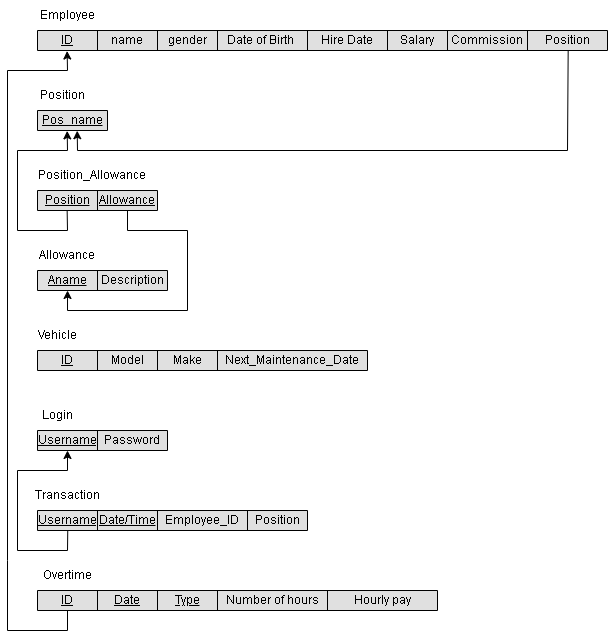
Before: Phase 1/Relational Schema.drawio.png, a diagram exported from draw.io (AhmedElkhashn/DB-project). Source tidied: cells renumbered, new cells last; positions are measured from the earlier drawing's top-left corner, leaving out a move shared by most shapes.
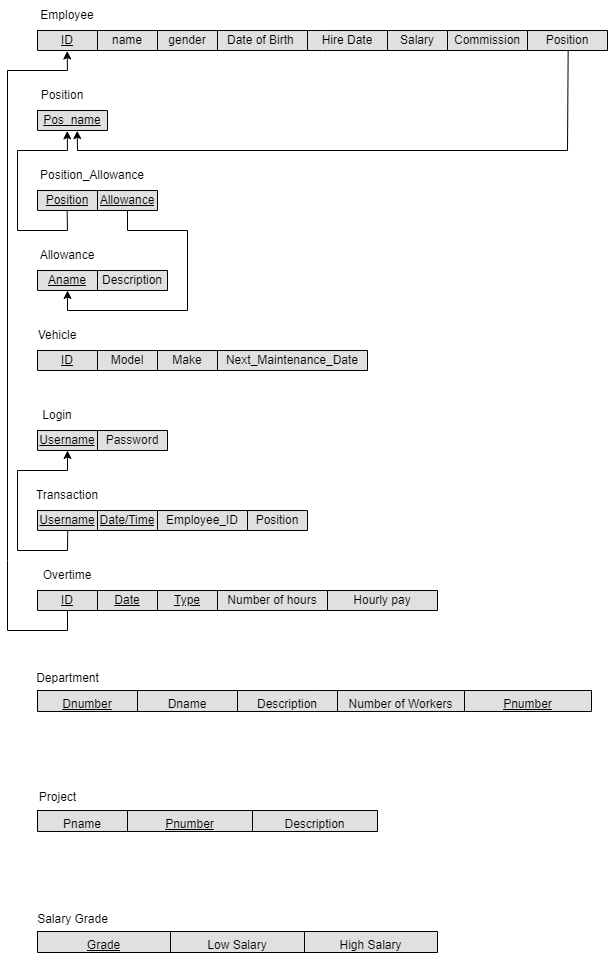
Above is the later version.

Diff of the diagram source:
```diff
@@ -208,5 +208,65 @@
         </Array>
       </mxGeometry>
     </mxCell>
+    <mxCell id="59" style="shape=table;startSize=0;fontSize=16;fillColor=#E0E0E0;strokeColor=#000000;fontColor=#333333;" parent="1" vertex="1">
+      <mxGeometry x="30" y="690" width="554" height="21" as="geometry" />
+    </mxCell>
+    <mxCell id="60" style="shape=tableRow;horizontal=0;startSize=0;swimlaneHead=0;swimlaneBody=0;strokeColor=inherit;top=0;left=0;bottom=0;right=0;fillColor=none;fontSize=16;" parent="59" vertex="1">
+      <mxGeometry width="554" height="21" as="geometry" />
+    </mxCell>
+    <mxCell id="61" value="&lt;font style=&quot;font-size: 12px;&quot;&gt;&lt;u&gt;Dnumber&lt;/u&gt;&lt;/font&gt;" style="shape=partialRectangle;html=1;whiteSpace=wrap;strokeColor=inherit;overflow=hidden;fillColor=none;top=0;left=0;bottom=0;right=0;fontSize=16;" parent="60" vertex="1">
+      <mxGeometry width="100" height="21" as="geometry" />
+    </mxCell>
+    <mxCell id="62" value="&lt;font style=&quot;font-size: 12px;&quot;&gt;Dname&lt;/font&gt;" style="shape=partialRectangle;html=1;whiteSpace=wrap;strokeColor=inherit;overflow=hidden;fillColor=none;top=0;left=0;bottom=0;right=0;fontSize=16;" parent="60" vertex="1">
+      <mxGeometry x="100" width="100" height="21" as="geometry" />
+    </mxCell>
+    <mxCell id="63" value="&lt;font style=&quot;font-size: 12px;&quot;&gt;Description&lt;/font&gt;" style="shape=partialRectangle;html=1;whiteSpace=wrap;strokeColor=inherit;overflow=hidden;fillColor=none;top=0;left=0;bottom=0;right=0;fontSize=16;" parent="60" vertex="1">
+      <mxGeometry x="200" width="100" height="21" as="geometry" />
+    </mxCell>
+    <mxCell id="64" value="&lt;font style=&quot;font-size: 12px;&quot;&gt;Number of Workers&lt;/font&gt;" style="shape=partialRectangle;html=1;whiteSpace=wrap;strokeColor=inherit;overflow=hidden;fillColor=none;top=0;left=0;bottom=0;right=0;fontSize=16;" parent="60" vertex="1">
+      <mxGeometry x="300" width="127" height="21" as="geometry" />
+    </mxCell>
+    <mxCell id="65" value="&lt;font style=&quot;font-size: 12px;&quot;&gt;&lt;u&gt;Pnumber&lt;/u&gt;&lt;/font&gt;" style="shape=partialRectangle;html=1;whiteSpace=wrap;strokeColor=inherit;overflow=hidden;fillColor=none;top=0;left=0;bottom=0;right=0;fontSize=16;" parent="60" vertex="1">
+      <mxGeometry x="427" width="127" height="21" as="geometry" />
+    </mxCell>
+    <mxCell id="66" value="Department" style="text;html=1;align=center;verticalAlign=middle;strokeColor=none;fillColor=none;" parent="1" vertex="1">
+      <mxGeometry x="15" y="663" width="90" height="30" as="geometry" />
+    </mxCell>
+    <mxCell id="67" style="shape=table;startSize=0;fontSize=16;fillColor=#E0E0E0;strokeColor=#000000;fontColor=#333333;" parent="1" vertex="1">
+      <mxGeometry x="30" y="810" width="340" height="21" as="geometry" />
+    </mxCell>
+    <mxCell id="68" style="shape=tableRow;horizontal=0;startSize=0;swimlaneHead=0;swimlaneBody=0;strokeColor=inherit;top=0;left=0;bottom=0;right=0;fillColor=none;fontSize=16;" parent="67" vertex="1">
+      <mxGeometry width="340" height="21" as="geometry" />
+    </mxCell>
+    <mxCell id="69" value="&lt;font style=&quot;font-size: 12px;&quot;&gt;Pname&lt;/font&gt;" style="shape=partialRectangle;html=1;whiteSpace=wrap;strokeColor=inherit;overflow=hidden;fillColor=none;top=0;left=0;bottom=0;right=0;fontSize=16;" parent="68" vertex="1">
+      <mxGeometry width="90" height="21" as="geometry" />
+    </mxCell>
+    <mxCell id="70" value="&lt;font style=&quot;font-size: 12px;&quot;&gt;&lt;u&gt;Pnumber&lt;/u&gt;&lt;/font&gt;" style="shape=partialRectangle;html=1;whiteSpace=wrap;strokeColor=inherit;overflow=hidden;fillColor=none;top=0;left=0;bottom=0;right=0;fontSize=16;" parent="68" vertex="1">
+      <mxGeometry x="90" width="125" height="21" as="geometry" />
+    </mxCell>
+    <mxCell id="71" value="&lt;font style=&quot;font-size: 12px;&quot;&gt;Description&lt;/font&gt;" style="shape=partialRectangle;html=1;whiteSpace=wrap;strokeColor=inherit;overflow=hidden;fillColor=none;top=0;left=0;bottom=0;right=0;fontSize=16;" parent="68" vertex="1">
+      <mxGeometry x="215" width="125" height="21" as="geometry" />
+    </mxCell>
+    <mxCell id="72" value="Project" style="text;html=1;align=center;verticalAlign=middle;strokeColor=none;fillColor=none;" parent="1" vertex="1">
+      <mxGeometry x="20" y="782" width="60" height="30" as="geometry" />
+    </mxCell>
+    <mxCell id="73" style="shape=table;startSize=0;fontSize=16;fillColor=#E0E0E0;strokeColor=#000000;fontColor=#333333;spacing=2;" parent="1" vertex="1">
+      <mxGeometry x="30" y="931" width="400" height="21" as="geometry" />
+    </mxCell>
+    <mxCell id="74" style="shape=tableRow;horizontal=0;startSize=0;swimlaneHead=0;swimlaneBody=0;strokeColor=inherit;top=0;left=0;bottom=0;right=0;fillColor=none;fontSize=16;" parent="73" vertex="1">
+      <mxGeometry width="400" height="21" as="geometry" />
+    </mxCell>
+    <mxCell id="75" value="&lt;span&gt;&lt;font style=&quot;font-size: 12px;&quot;&gt;Grade&lt;/font&gt;&lt;/span&gt;" style="shape=partialRectangle;html=1;whiteSpace=wrap;strokeColor=inherit;overflow=hidden;fillColor=none;top=0;left=0;bottom=0;right=0;fontSize=16;verticalAlign=middle;horizontal=1;align=center;fontStyle=4;" parent="74" vertex="1">
+      <mxGeometry width="133" height="21" as="geometry" />
+    </mxCell>
+    <mxCell id="76" value="&lt;font style=&quot;font-size: 12px;&quot;&gt;Low Salary&lt;/font&gt;" style="shape=partialRectangle;html=1;whiteSpace=wrap;strokeColor=inherit;overflow=hidden;fillColor=none;top=0;left=0;bottom=0;right=0;fontSize=16;" parent="74" vertex="1">
+      <mxGeometry x="133" width="134" height="21" as="geometry" />
+    </mxCell>
+    <mxCell id="77" value="&lt;font style=&quot;font-size: 12px;&quot;&gt;High Salary&lt;/font&gt;" style="shape=partialRectangle;html=1;whiteSpace=wrap;strokeColor=inherit;overflow=hidden;fillColor=none;top=0;left=0;bottom=0;right=0;fontSize=16;" parent="74" vertex="1">
+      <mxGeometry x="267" width="133" height="21" as="geometry" />
+    </mxCell>
+    <mxCell id="78" value="Salary Grade" style="text;html=1;align=center;verticalAlign=middle;strokeColor=none;fillColor=none;" parent="1" vertex="1">
+      <mxGeometry x="20" y="904" width="90" height="30" as="geometry" />
+    </mxCell>
   </root>
 </mxGraphModel>
```
